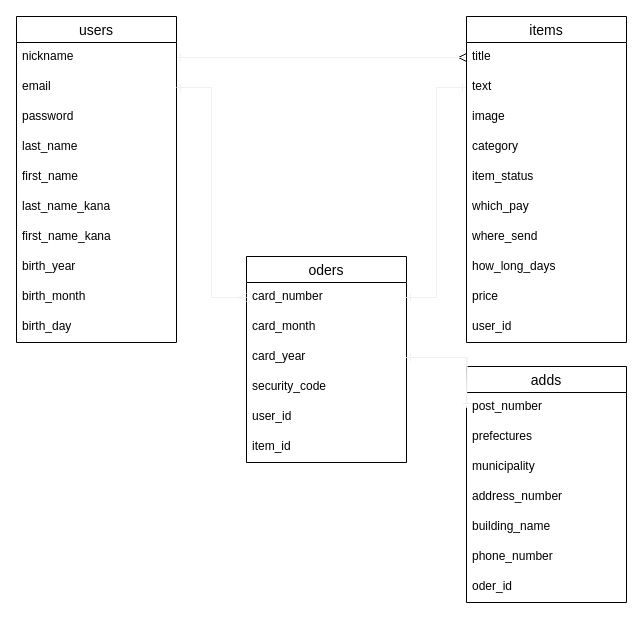
This is .dio from DaichiSakakibara/furima-31728, a draw.io file, before an edit. Source tidied: cells renumbered, new cells numbered last; positions are measured from the earlier drawing's top-left corner, leaving out a move shared by most shapes. Both pictures are drawn from the tidied source at 100%, with x=0, y=0 at pixel (16, 16).
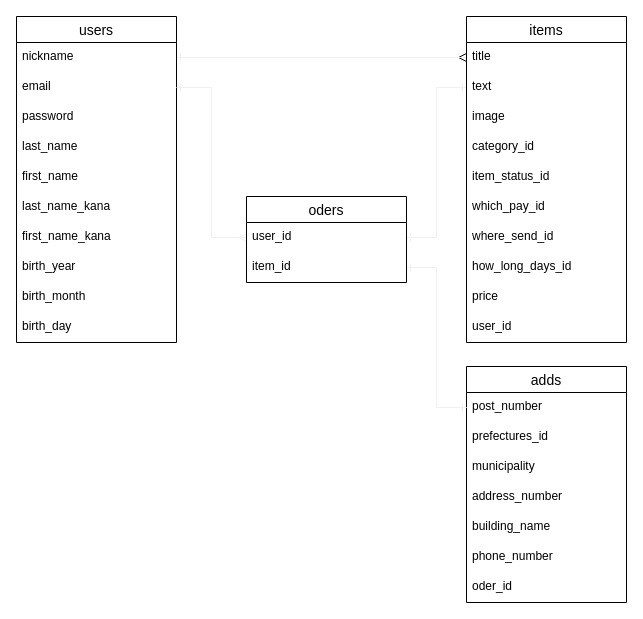
After the change.

The change refers to these unchanged cells:
```xml
<mxCell id="16" value="email" style="text;strokeColor=none;fillColor=none;spacingLeft=4;spacingRight=4;overflow=hidden;points=[[0,0.5],[1,0.5]];portConstraint=eastwest;fontSize=12;" parent="14" vertex="1">
  <mxGeometry y="56" width="160" height="30" as="geometry" />
</mxCell>
<mxCell id="25" value="items" style="swimlane;fontStyle=0;horizontal=1;startSize=26;align=center;fontSize=14;" parent="1" vertex="1">
  <mxGeometry x="450" width="160" height="326" as="geometry" />
</mxCell>
<mxCell id="27" value="text" style="text;strokeColor=none;fillColor=none;spacingLeft=4;spacingRight=4;overflow=hidden;points=[[0,0.5],[1,0.5]];portConstraint=eastwest;fontSize=12;" parent="25" vertex="1">
  <mxGeometry y="56" width="160" height="30" as="geometry" />
</mxCell>
<mxCell id="37" value="adds" style="swimlane;fontStyle=0;horizontal=1;startSize=26;align=center;fontSize=14;" parent="1" vertex="1">
  <mxGeometry x="450" y="350" width="160" height="236" as="geometry" />
</mxCell>
<mxCell id="38" value="post_number" style="text;strokeColor=none;fillColor=none;spacingLeft=4;spacingRight=4;overflow=hidden;points=[[0,0.5],[1,0.5]];portConstraint=eastwest;fontSize=12;" parent="37" vertex="1">
  <mxGeometry y="26" width="160" height="30" as="geometry" />
</mxCell>
```

The edit, as a diff of the source:
```diff
@@
-    <mxCell id="4" value="oders" style="swimlane;fontStyle=0;horizontal=1;startSize=26;align=center;fontSize=14;" parent="1" vertex="1">
-      <mxGeometry x="230" y="240" width="160" height="206" as="geometry" />
-    </mxCell>
-    <mxCell id="5" value="card_number" style="text;strokeColor=none;fillColor=none;spacingLeft=4;spacingRight=4;overflow=hidden;points=[[0,0.5],[1,0.5]];portConstraint=eastwest;fontSize=12;" parent="4" vertex="1">
-      <mxGeometry y="26" width="160" height="30" as="geometry" />
-    </mxCell>
-    <mxCell id="6" value="card_month" style="text;strokeColor=none;fillColor=none;spacingLeft=4;spacingRight=4;overflow=hidden;fontSize=12;" parent="4" vertex="1">
-      <mxGeometry y="56" width="160" height="30" as="geometry" />
-    </mxCell>
-    <mxCell id="7" value="card_year" style="text;strokeColor=none;fillColor=none;spacingLeft=4;spacingRight=4;overflow=hidden;points=[[0,0.5],[1,0.5]];portConstraint=eastwest;fontSize=12;" parent="4" vertex="1">
-      <mxGeometry y="86" width="160" height="30" as="geometry" />
-    </mxCell>
-    <mxCell id="8" value="security_code" style="text;strokeColor=none;fillColor=none;spacingLeft=4;spacingRight=4;overflow=hidden;fontSize=12;" parent="4" vertex="1">
-      <mxGeometry y="116" width="160" height="30" as="geometry" />
-    </mxCell>
-    <mxCell id="9" value="user_id" style="text;strokeColor=none;fillColor=none;spacingLeft=4;spacingRight=4;overflow=hidden;points=[[0,0.5],[1,0.5]];portConstraint=eastwest;fontSize=12;" parent="4" vertex="1">
-      <mxGeometry y="146" width="160" height="30" as="geometry" />
-    </mxCell>
-    <mxCell id="10" value="item_id" style="text;strokeColor=none;fillColor=none;spacingLeft=4;spacingRight=4;overflow=hidden;points=[[0,0.5],[1,0.5]];portConstraint=eastwest;fontSize=12;" parent="4" vertex="1">
-      <mxGeometry y="176" width="160" height="30" as="geometry" />
-    </mxCell>
-    <mxCell id="11" style="edgeStyle=orthogonalEdgeStyle;rounded=0;jumpSize=7;jettySize=auto;html=1;exitX=1;exitY=0.5;exitDx=0;exitDy=0;entryX=0;entryY=0.5;entryDx=0;entryDy=0;endArrow=ERone;endFill=0;strokeColor=#f0f0f0;strokeWidth=1;" parent="1" edge="1" source="5" target="27">
+    <mxCell id="11" style="edgeStyle=orthogonalEdgeStyle;rounded=0;jumpSize=7;jettySize=auto;html=1;entryX=0;entryY=0.5;entryDx=0;entryDy=0;endArrow=ERone;endFill=0;strokeColor=#f0f0f0;strokeWidth=1;" parent="1" edge="1" source="9" target="27">
       <mxGeometry relative="1" as="geometry" />
     </mxCell>
-    <mxCell id="12" style="edgeStyle=orthogonalEdgeStyle;rounded=0;jumpSize=7;jettySize=auto;html=1;exitX=0;exitY=0.5;exitDx=0;exitDy=0;entryX=1;entryY=0.5;entryDx=0;entryDy=0;endArrow=ERone;endFill=0;strokeColor=#f0f0f0;strokeWidth=1;" parent="1" edge="1" source="27" target="5">
+    <mxCell id="12" style="edgeStyle=orthogonalEdgeStyle;rounded=0;jumpSize=7;jettySize=auto;html=1;exitX=0;exitY=0.5;exitDx=0;exitDy=0;endArrow=ERone;endFill=0;strokeColor=#f0f0f0;strokeWidth=1;" parent="1" edge="1" source="27" target="9">
       <mxGeometry relative="1" as="geometry" />
     </mxCell>
-    <mxCell id="13" style="edgeStyle=orthogonalEdgeStyle;rounded=0;jumpSize=7;jettySize=auto;html=1;exitX=1;exitY=0.5;exitDx=0;exitDy=0;entryX=0;entryY=0.5;entryDx=0;entryDy=0;endArrow=ERmany;endFill=0;strokeColor=#f0f0f0;strokeWidth=1;" parent="1" edge="1" source="16" target="5">
+    <mxCell id="13" style="edgeStyle=orthogonalEdgeStyle;rounded=0;jumpSize=7;jettySize=auto;html=1;exitX=1;exitY=0.5;exitDx=0;exitDy=0;entryX=0;entryY=0.5;entryDx=0;entryDy=0;endArrow=ERmany;endFill=0;strokeColor=#f0f0f0;strokeWidth=1;" parent="1" edge="1" source="16" target="9">
       <mxGeometry relative="1" as="geometry" />
     </mxCell>
@@
-    <mxCell id="29" value="category" style="text;strokeColor=none;fillColor=none;spacingLeft=4;spacingRight=4;overflow=hidden;fontSize=12;" parent="25" vertex="1">
+    <mxCell id="29" value="category_id" style="text;strokeColor=none;fillColor=none;spacingLeft=4;spacingRight=4;overflow=hidden;fontSize=12;" parent="25" vertex="1">
       <mxGeometry y="116" width="160" height="30" as="geometry" />
     </mxCell>
-    <mxCell id="30" value="item_status" style="text;strokeColor=none;fillColor=none;spacingLeft=4;spacingRight=4;overflow=hidden;fontSize=12;" parent="25" vertex="1">
+    <mxCell id="30" value="item_status_id" style="text;strokeColor=none;fillColor=none;spacingLeft=4;spacingRight=4;overflow=hidden;fontSize=12;" parent="25" vertex="1">
       <mxGeometry y="146" width="160" height="30" as="geometry" />
     </mxCell>
-    <mxCell id="31" value="which_pay" style="text;strokeColor=none;fillColor=none;spacingLeft=4;spacingRight=4;overflow=hidden;fontSize=12;" parent="25" vertex="1">
+    <mxCell id="31" value="which_pay_id" style="text;strokeColor=none;fillColor=none;spacingLeft=4;spacingRight=4;overflow=hidden;fontSize=12;" parent="25" vertex="1">
       <mxGeometry y="176" width="160" height="30" as="geometry" />
     </mxCell>
-    <mxCell id="32" value="where_send&#10;" style="text;strokeColor=none;fillColor=none;spacingLeft=4;spacingRight=4;overflow=hidden;fontSize=12;" parent="25" vertex="1">
+    <mxCell id="32" value="where_send_id" style="text;strokeColor=none;fillColor=none;spacingLeft=4;spacingRight=4;overflow=hidden;fontSize=12;" parent="25" vertex="1">
       <mxGeometry y="206" width="160" height="30" as="geometry" />
     </mxCell>
-    <mxCell id="33" value="how_long_days" style="text;strokeColor=none;fillColor=none;spacingLeft=4;spacingRight=4;overflow=hidden;fontSize=12;" parent="25" vertex="1">
+    <mxCell id="33" value="how_long_days_id" style="text;strokeColor=none;fillColor=none;spacingLeft=4;spacingRight=4;overflow=hidden;fontSize=12;" parent="25" vertex="1">
       <mxGeometry y="236" width="160" height="30" as="geometry" />
     </mxCell>
@@
-    <mxCell id="36" style="edgeStyle=orthogonalEdgeStyle;rounded=0;jumpSize=7;jettySize=auto;html=1;exitX=0;exitY=0.5;exitDx=0;exitDy=0;entryX=1;entryY=0.5;entryDx=0;entryDy=0;endArrow=ERone;endFill=0;strokeColor=#f0f0f0;strokeWidth=1;" parent="1" edge="1" source="5" target="16">
+    <mxCell id="36" style="edgeStyle=orthogonalEdgeStyle;rounded=0;jumpSize=7;jettySize=auto;html=1;entryX=1;entryY=0.5;entryDx=0;entryDy=0;endArrow=ERone;endFill=0;strokeColor=#f0f0f0;strokeWidth=1;exitX=0;exitY=0.5;exitDx=0;exitDy=0;" parent="1" edge="1" source="9" target="16">
       <mxGeometry relative="1" as="geometry" />
     </mxCell>
@@
-    <mxCell id="39" value="prefectures" style="text;strokeColor=none;fillColor=none;spacingLeft=4;spacingRight=4;overflow=hidden;fontSize=12;" parent="37" vertex="1">
+    <mxCell id="39" value="prefectures_id" style="text;strokeColor=none;fillColor=none;spacingLeft=4;spacingRight=4;overflow=hidden;fontSize=12;" parent="37" vertex="1">
       <mxGeometry y="56" width="160" height="30" as="geometry" />
     </mxCell>
@@
-    <mxCell id="45" style="edgeStyle=orthogonalEdgeStyle;rounded=0;jumpSize=7;jettySize=auto;html=1;exitX=1;exitY=0.5;exitDx=0;exitDy=0;entryX=0;entryY=0.5;entryDx=0;entryDy=0;endArrow=ERone;endFill=0;strokeColor=#f0f0f0;strokeWidth=1;" parent="1" edge="1" source="7">
-      <mxGeometry relative="1" as="geometry">
-        <mxPoint x="450" y="391" as="targetPoint" />
-      </mxGeometry>
+    <mxCell id="45" style="edgeStyle=orthogonalEdgeStyle;rounded=0;jumpSize=7;jettySize=auto;html=1;endArrow=ERone;endFill=0;strokeColor=#f0f0f0;strokeWidth=1;" parent="1" edge="1" source="10" target="38">
+      <mxGeometry relative="1" as="geometry" />
     </mxCell>
-    <mxCell id="46" style="edgeStyle=orthogonalEdgeStyle;rounded=0;jumpSize=7;jettySize=auto;html=1;exitX=0;exitY=0.5;exitDx=0;exitDy=0;entryX=1;entryY=0.5;entryDx=0;entryDy=0;endArrow=ERone;endFill=0;strokeColor=#f0f0f0;strokeWidth=1;" parent="1" edge="1" target="7">
-      <mxGeometry relative="1" as="geometry">
-        <mxPoint x="450" y="391" as="sourcePoint" />
-      </mxGeometry>
+    <mxCell id="46" style="edgeStyle=orthogonalEdgeStyle;rounded=0;jumpSize=7;jettySize=auto;html=1;endArrow=ERone;endFill=0;strokeColor=#f0f0f0;strokeWidth=1;" parent="1" edge="1" source="38" target="10">
+      <mxGeometry relative="1" as="geometry" />
     </mxCell>
+    <mxCell id="4" value="oders" style="swimlane;fontStyle=0;horizontal=1;startSize=26;align=center;fontSize=14;" parent="1" vertex="1">
+      <mxGeometry x="230" y="180" width="160" height="86" as="geometry" />
+    </mxCell>
+    <mxCell id="9" value="user_id" style="text;strokeColor=none;fillColor=none;spacingLeft=4;spacingRight=4;overflow=hidden;points=[[0,0.5],[1,0.5]];portConstraint=eastwest;fontSize=12;" parent="4" vertex="1">
+      <mxGeometry y="26" width="160" height="30" as="geometry" />
+    </mxCell>
+    <mxCell id="10" value="item_id" style="text;strokeColor=none;fillColor=none;spacingLeft=4;spacingRight=4;overflow=hidden;points=[[0,0.5],[1,0.5]];portConstraint=eastwest;fontSize=12;" parent="4" vertex="1">
+      <mxGeometry y="56" width="160" height="30" as="geometry" />
+    </mxCell>
```
